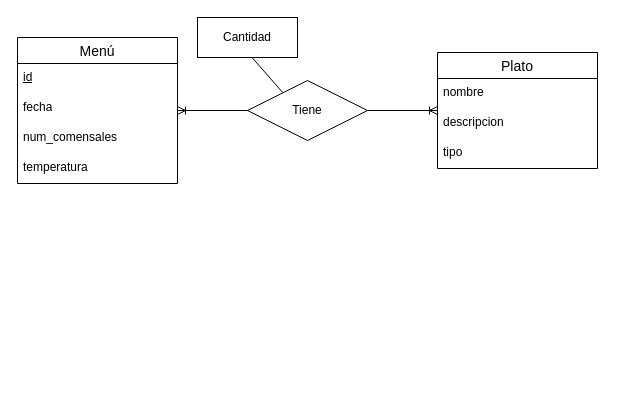
The draw.io diagram TA12Ej15.drawio in AlejandroCara/acr-tsys-modeloER-drawio-1110, before the edit. Source tidied: cells renumbered, new cells numbered last; positions are measured from the earlier drawing's top-left corner, leaving out a move shared by most shapes. Both pictures are drawn from the tidied source at 100%, with x=0, y=0 at pixel (17, 17).
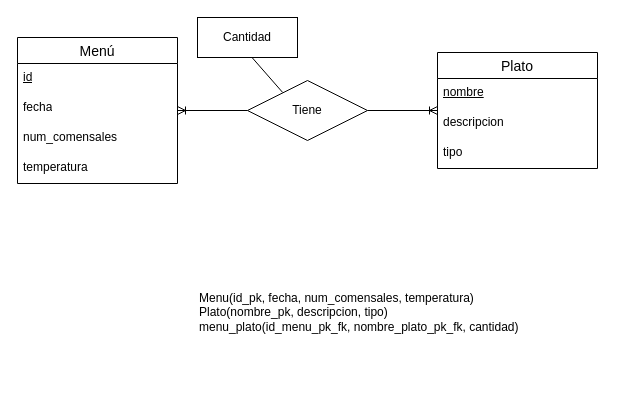
Above is the later version.

Diff of the diagram source:
```diff
@@
 <mxGraphModel>
   <root>
     <mxCell id="0" />
     <mxCell id="1" parent="0" />
     <mxCell id="2" value="Menú" style="swimlane;fontStyle=0;horizontal=1;startSize=26;align=center;fontSize=14;" parent="1" vertex="1">
       <mxGeometry y="20" width="160" height="146" as="geometry" />
     </mxCell>
     <mxCell id="3" value="&lt;u&gt;id&lt;/u&gt;" style="text;strokeColor=none;fillColor=none;spacingLeft=4;spacingRight=4;overflow=hidden;fontSize=12;whiteSpace=wrap;html=1;" parent="2" vertex="1">
       <mxGeometry y="26" width="160" height="30" as="geometry" />
     </mxCell>
     <mxCell id="4" value="fecha" style="text;strokeColor=none;fillColor=none;spacingLeft=4;spacingRight=4;overflow=hidden;fontSize=12;whiteSpace=wrap;html=1;" parent="2" vertex="1">
       <mxGeometry y="56" width="160" height="30" as="geometry" />
     </mxCell>
     <mxCell id="5" value="num_comensales" style="text;strokeColor=none;fillColor=none;spacingLeft=4;spacingRight=4;overflow=hidden;fontSize=12;whiteSpace=wrap;html=1;" parent="2" vertex="1">
       <mxGeometry y="86" width="160" height="30" as="geometry" />
     </mxCell>
     <mxCell id="6" value="temperatura" style="text;strokeColor=none;fillColor=none;spacingLeft=4;spacingRight=4;overflow=hidden;fontSize=12;whiteSpace=wrap;html=1;" parent="2" vertex="1">
       <mxGeometry y="116" width="160" height="30" as="geometry" />
     </mxCell>
     <mxCell id="7" value="Plato" style="swimlane;fontStyle=0;horizontal=1;startSize=26;align=center;fontSize=14;" parent="1" vertex="1">
       <mxGeometry x="420" y="35" width="160" height="116" as="geometry" />
     </mxCell>
-    <mxCell id="8" value="nombre" style="text;strokeColor=none;fillColor=none;spacingLeft=4;spacingRight=4;overflow=hidden;fontSize=12;whiteSpace=wrap;html=1;" parent="7" vertex="1">
+    <mxCell id="8" value="&lt;u&gt;nombre&lt;/u&gt;" style="text;strokeColor=none;fillColor=none;spacingLeft=4;spacingRight=4;overflow=hidden;fontSize=12;whiteSpace=wrap;html=1;" parent="7" vertex="1">
       <mxGeometry y="26" width="160" height="30" as="geometry" />
     </mxCell>
     <mxCell id="9" value="descripcion" style="text;strokeColor=none;fillColor=none;spacingLeft=4;spacingRight=4;overflow=hidden;fontSize=12;whiteSpace=wrap;html=1;" parent="7" vertex="1">
       <mxGeometry y="56" width="160" height="30" as="geometry" />
     </mxCell>
     <mxCell id="10" value="tipo" style="text;strokeColor=none;fillColor=none;spacingLeft=4;spacingRight=4;overflow=hidden;fontSize=12;whiteSpace=wrap;html=1;" parent="7" vertex="1">
       <mxGeometry y="86" width="160" height="30" as="geometry" />
     </mxCell>
     <mxCell id="11" style="edgeStyle=orthogonalEdgeStyle;rounded=0;jettySize=auto;html=1;exitX=0;exitY=0.5;exitDx=0;exitDy=0;endArrow=ERoneToMany;endFill=0;" parent="1" edge="1" source="13" target="2">
       <mxGeometry relative="1" as="geometry" />
     </mxCell>
     <mxCell id="12" style="edgeStyle=orthogonalEdgeStyle;rounded=0;jettySize=auto;html=1;exitX=1;exitY=0.5;exitDx=0;exitDy=0;endArrow=ERoneToMany;endFill=0;" parent="1" edge="1" source="13" target="7">
       <mxGeometry relative="1" as="geometry" />
     </mxCell>
     <mxCell id="13" value="Tiene" style="shape=rhombus;perimeter=rhombusPerimeter;whiteSpace=wrap;html=1;align=center;" parent="1" vertex="1">
       <mxGeometry x="230" y="63" width="120" height="60" as="geometry" />
     </mxCell>
     <mxCell id="14" value="Cantidad" style="whiteSpace=wrap;html=1;align=center;" parent="1" vertex="1">
       <mxGeometry x="180" width="100" height="40" as="geometry" />
     </mxCell>
     <mxCell id="15" style="endArrow=none;html=1;rounded=0;exitX=0.333;exitY=0.283;exitDx=0;exitDy=0;exitPerimeter=0;entryX=0.541;entryY=0.988;entryDx=0;entryDy=0;entryPerimeter=0;" parent="1" edge="1" target="14">
       <mxGeometry relative="1" as="geometry">
         <mxPoint x="265.1" y="74.9" as="sourcePoint" />
       </mxGeometry>
     </mxCell>
+    <mxCell id="16" value="Menu(id_pk, fecha, num_comensales, temperatura)&lt;br&gt;Plato(nombre_pk, descripcion, tipo)&lt;br&gt;menu_plato(id_menu_pk_fk, nombre_plato_pk_fk, cantidad)" style="text;html=1;strokeColor=none;fillColor=none;align=left;verticalAlign=middle;whiteSpace=wrap;rounded=0;" parent="1" vertex="1">
+      <mxGeometry x="180" y="230" width="420" height="130" as="geometry" />
+    </mxCell>
   </root>
 </mxGraphModel>
```
